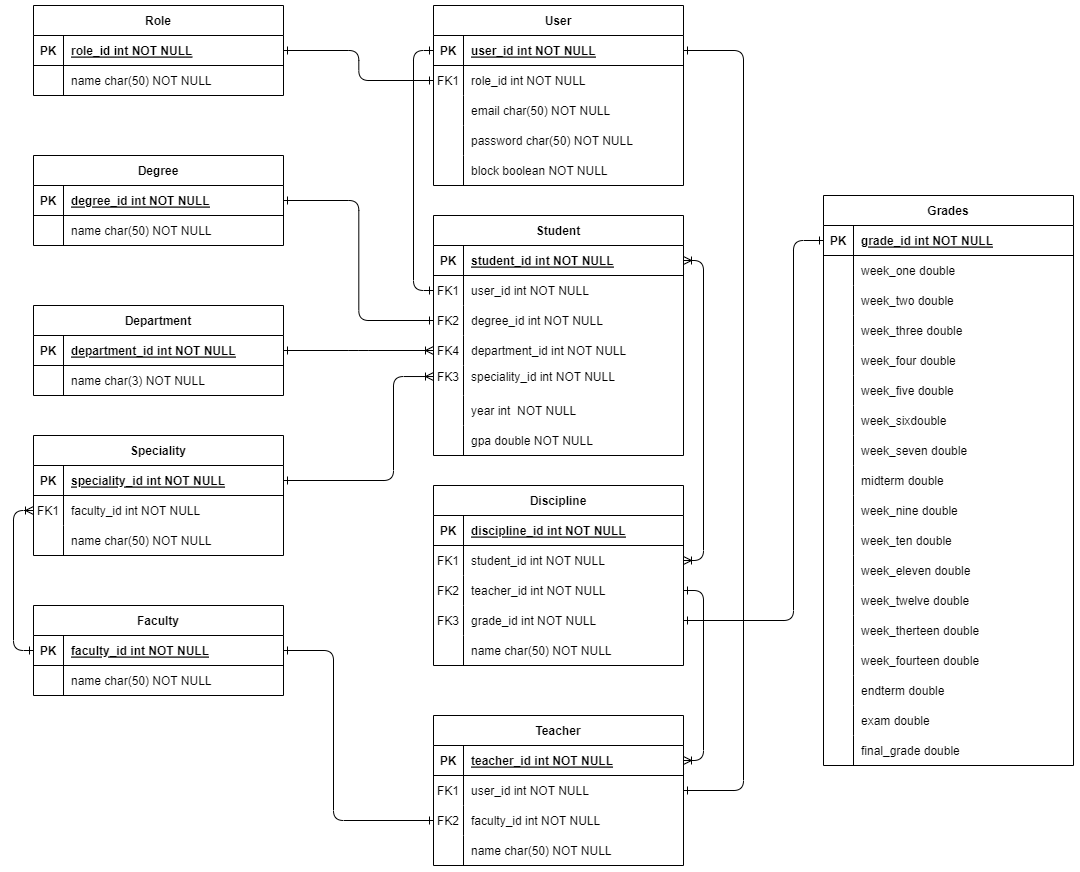
Earlier version of the draw.io export DB_diagram.png (h1to/JEESpringFinalExam). Source tidied: cells renumbered, new cells last; positions are measured from the earlier drawing's top-left corner, leaving out a move shared by most shapes.
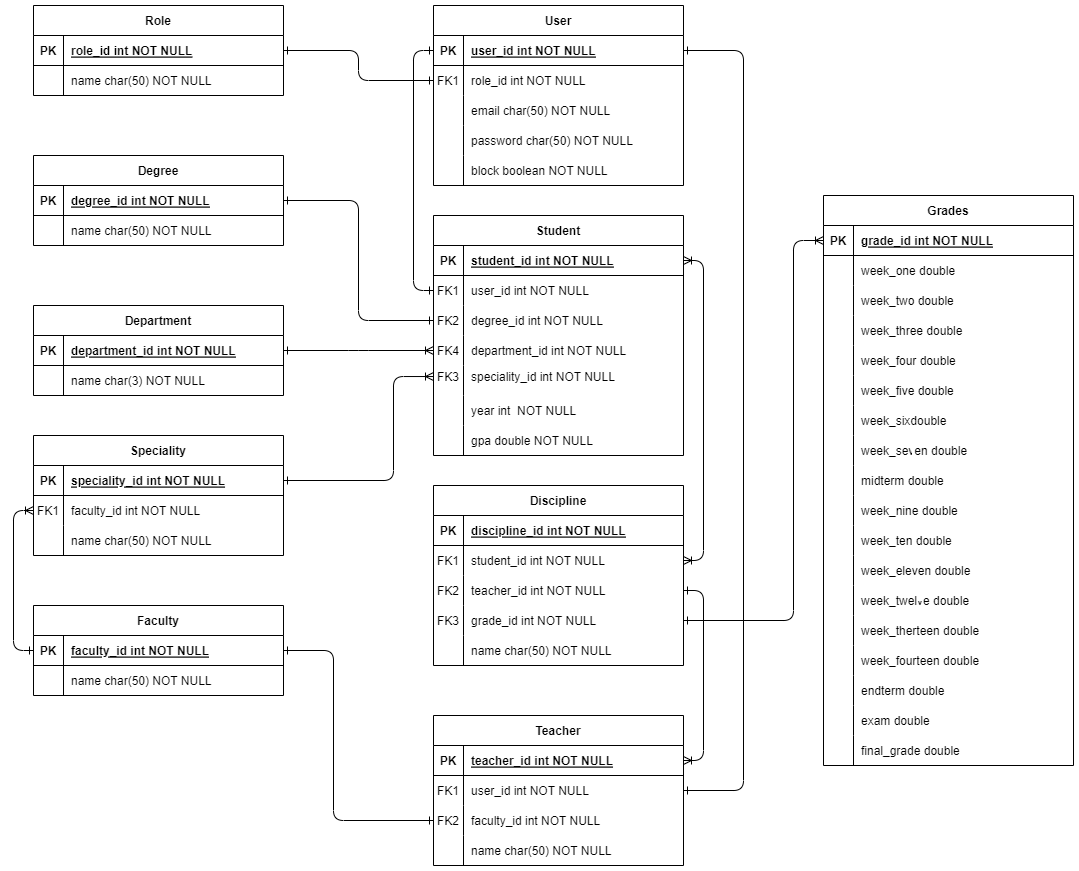
The same file after the commit.

What changed in the source:
```diff
@@ -564,7 +564,7 @@
     <mxCell id="179" value="final_grade double" style="shape=partialRectangle;overflow=hidden;fillColor=none;top=0;left=0;bottom=0;right=0;align=left;spacingLeft=6;" parent="177" vertex="1">
       <mxGeometry x="30" width="220" height="30" as="geometry" />
     </mxCell>
-    <mxCell id="180" style="edgeStyle=elbowEdgeStyle;endArrow=ERone;startArrow=ERone;endFill=0;startFill=0;exitX=0;exitY=0.5;exitDx=0;exitDy=0;entryX=1;entryY=0.5;entryDx=0;entryDy=0;" parent="1" edge="1" source="126" target="115">
+    <mxCell id="180" style="edgeStyle=elbowEdgeStyle;endArrow=ERone;startArrow=ERoneToMany;endFill=0;startFill=0;exitX=0;exitY=0.5;exitDx=0;exitDy=0;entryX=1;entryY=0.5;entryDx=0;entryDy=0;" parent="1" edge="1" source="126" target="115">
       <mxGeometry relative="1" as="geometry">
         <Array as="points">
           <mxPoint x="780" y="490" />
```
